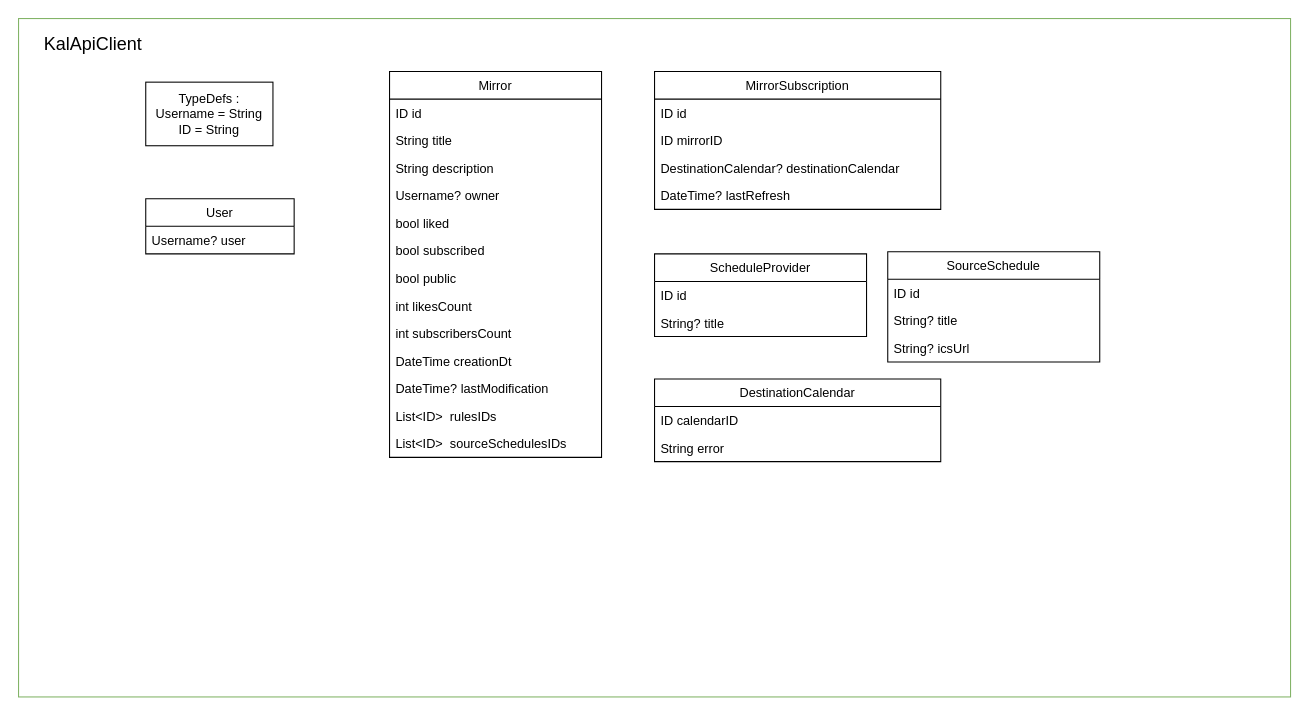
SuperMuel/Kal keeps this draw.io diagram as diagrams.drawio. Above is the earlier version. Source tidied: cells renumbered, new cells numbered last; positions are measured from the earlier drawing's top-left corner, leaving out a move shared by most shapes. Both pictures are drawn from the tidied source at 106%, with x=0, y=0 at pixel (18, 18).
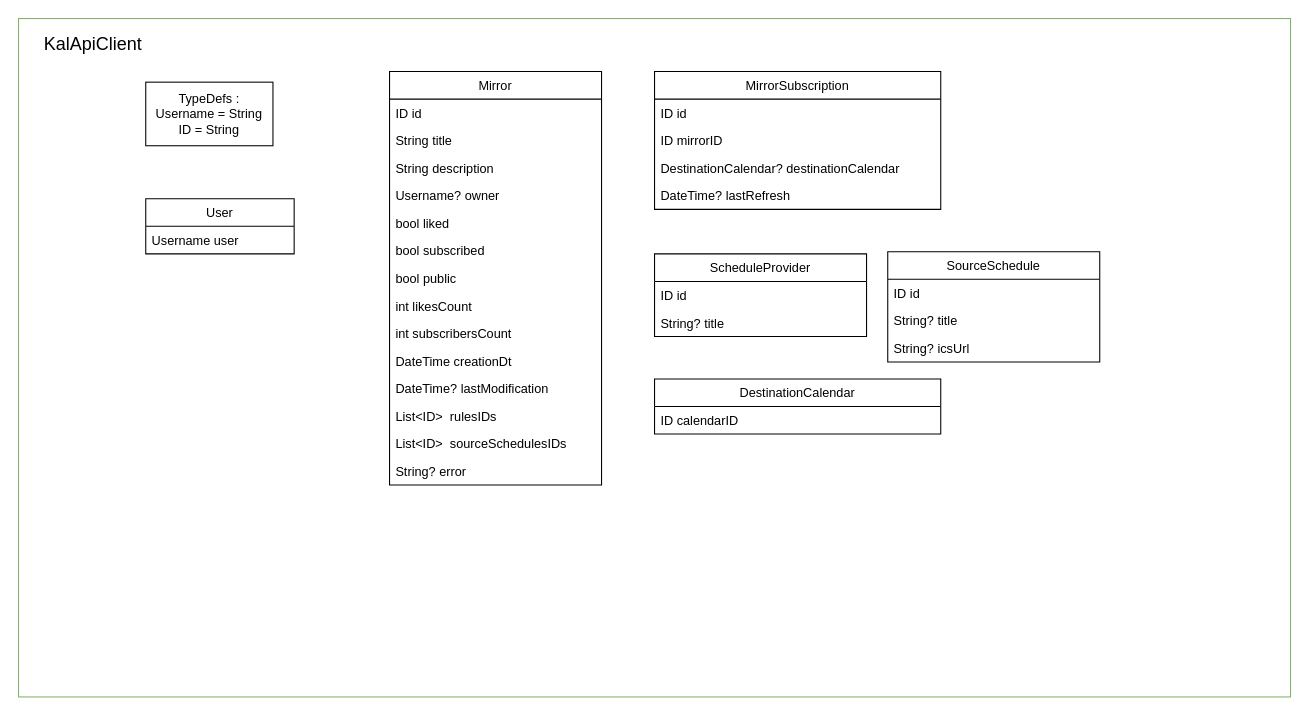
Above is the later version.

Unchanged cells that the change refers to:
```xml
<mxCell id="23" value="User" style="swimlane;fontStyle=0;horizontal=1;startSize=26;fillColor=none;" parent="1" vertex="1">
  <mxGeometry x="120" y="170" width="140" height="52" as="geometry" />
</mxCell>
```

The edit, as a diff of the source:
```diff
@@
     <mxCell id="3" value="Mirror" style="swimlane;fontStyle=0;horizontal=1;startSize=26;fillColor=none;" parent="1" vertex="1">
-      <mxGeometry x="350" y="50" width="200" height="364" as="geometry" />
+      <mxGeometry x="350" y="50" width="200" height="390" as="geometry" />
     </mxCell>
@@
+    <mxCell id="36" value="String? error" style="text;strokeColor=none;fillColor=none;align=left;verticalAlign=top;spacingLeft=4;spacingRight=4;overflow=hidden;" parent="3" vertex="1">
+      <mxGeometry y="364" width="200" height="26" as="geometry" />
+    </mxCell>
@@
-    <mxCell id="24" value="Username? user" style="text;strokeColor=none;fillColor=none;align=left;verticalAlign=top;spacingLeft=4;spacingRight=4;overflow=hidden;" parent="23" vertex="1">
+    <mxCell id="24" value="Username user" style="text;strokeColor=none;fillColor=none;align=left;verticalAlign=top;spacingLeft=4;spacingRight=4;overflow=hidden;" parent="23" vertex="1">
       <mxGeometry y="26" width="140" height="26" as="geometry" />
     </mxCell>
@@
     <mxCell id="33" value="DestinationCalendar" style="swimlane;fontStyle=0;horizontal=1;startSize=26;fillColor=none;" parent="1" vertex="1">
-      <mxGeometry x="600" y="340" width="270" height="78" as="geometry" />
+      <mxGeometry x="600" y="340" width="270" height="52" as="geometry" />
     </mxCell>
@@
-    <mxCell id="35" value="String error" style="text;strokeColor=none;fillColor=none;align=left;verticalAlign=top;spacingLeft=4;spacingRight=4;overflow=hidden;" parent="33" vertex="1">
-      <mxGeometry y="52" width="270" height="26" as="geometry" />
-    </mxCell>
```
